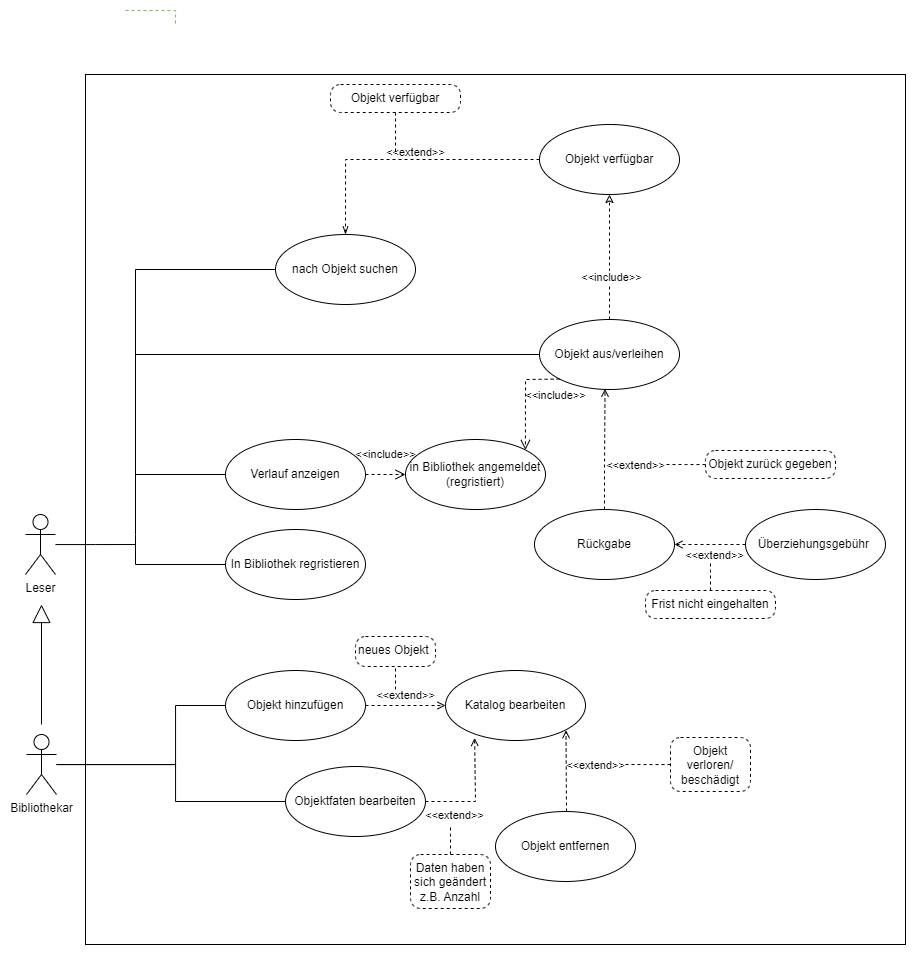
Before: use-case_library.png, a diagram exported from draw.io (sol-hatebad/buechereiverwaltung). Source tidied: cells renumbered, new cells last; positions are measured from the earlier drawing's top-left corner, leaving out a move shared by most shapes. Its diagram source:
```xml
<mxGraphModel>
  <root>
    <mxCell id="0" />
    <mxCell id="1" parent="0" />
    <mxCell id="2" style="rounded=0;whiteSpace=wrap;html=1;" parent="1" vertex="1">
      <mxGeometry x="60" y="64" width="820" height="870" as="geometry" />
    </mxCell>
    <mxCell id="3" style="edgeStyle=orthogonalEdgeStyle;jettySize=auto;html=1;endArrow=none;endFill=0;rounded=0;strokeColor=default;" parent="1" edge="1" source="4">
      <mxGeometry relative="1" as="geometry">
        <mxPoint x="110" y="534" as="targetPoint" />
      </mxGeometry>
    </mxCell>
    <mxCell id="4" value="Leser" style="shape=umlActor;verticalLabelPosition=bottom;verticalAlign=top;html=1;" parent="1" vertex="1">
      <mxGeometry y="504" width="30" height="60" as="geometry" />
    </mxCell>
    <mxCell id="5" style="edgeStyle=orthogonalEdgeStyle;rounded=0;jettySize=auto;html=1;entryX=0;entryY=0.5;entryDx=0;entryDy=0;endArrow=none;endFill=0;" parent="1" edge="1" source="7" target="38">
      <mxGeometry relative="1" as="geometry">
        <Array as="points">
          <mxPoint x="150" y="754" />
          <mxPoint x="150" y="695" />
        </Array>
      </mxGeometry>
    </mxCell>
    <mxCell id="6" style="edgeStyle=orthogonalEdgeStyle;rounded=0;jettySize=auto;html=1;entryX=0;entryY=0.5;entryDx=0;entryDy=0;endArrow=none;endFill=0;" parent="1" edge="1" source="7" target="36">
      <mxGeometry relative="1" as="geometry">
        <Array as="points">
          <mxPoint x="150" y="754" />
          <mxPoint x="150" y="791" />
        </Array>
      </mxGeometry>
    </mxCell>
    <mxCell id="7" value="Bibliothekar" style="shape=umlActor;verticalLabelPosition=bottom;verticalAlign=top;html=1;" parent="1" vertex="1">
      <mxGeometry x="1" y="724" width="30" height="60" as="geometry" />
    </mxCell>
    <mxCell id="8" value="Verlauf anzeigen" style="ellipse;whiteSpace=wrap;html=1;" parent="1" vertex="1">
      <mxGeometry x="200" y="429" width="140" height="70" as="geometry" />
    </mxCell>
    <mxCell id="9" value="In Bibliothek regristieren" style="ellipse;whiteSpace=wrap;html=1;" parent="1" vertex="1">
      <mxGeometry x="200" y="519" width="140" height="70" as="geometry" />
    </mxCell>
    <mxCell id="10" value="in Bibliothek angemeldet&lt;br&gt;(regristiert)" style="ellipse;whiteSpace=wrap;html=1;" parent="1" vertex="1">
      <mxGeometry x="380" y="429" width="140" height="70" as="geometry" />
    </mxCell>
    <mxCell id="11" value="&amp;lt;&amp;lt;include&amp;gt;&amp;gt;" style="endArrow=open;startArrow=none;endFill=0;startFill=0;endSize=8;html=1;verticalAlign=bottom;dashed=1;labelBackgroundColor=none;rounded=0;exitX=1;exitY=0.5;exitDx=0;exitDy=0;entryX=0;entryY=0.5;entryDx=0;entryDy=0;" parent="1" edge="1" source="8" target="10">
      <mxGeometry x="0.02" y="11" relative="1" as="geometry" />
    </mxCell>
    <mxCell id="12" style="edgeStyle=orthogonalEdgeStyle;rounded=0;jettySize=auto;html=1;entryX=0.5;entryY=1;entryDx=0;entryDy=0;dashed=1;endArrow=classic;endFill=0;" parent="1" edge="1" source="14" target="33">
      <mxGeometry relative="1" as="geometry" />
    </mxCell>
    <mxCell id="13" value="&amp;lt;&amp;lt;include&amp;gt;&amp;gt;" style="edgeLabel;html=1;align=center;verticalAlign=middle;" parent="12" vertex="1">
      <mxGeometry x="-0.33" y="-1" relative="1" as="geometry" />
    </mxCell>
    <mxCell id="14" value="Objekt&amp;nbsp;aus/verleihen" style="ellipse;whiteSpace=wrap;html=1;" parent="1" vertex="1">
      <mxGeometry x="514" y="309" width="140" height="70" as="geometry" />
    </mxCell>
    <mxCell id="15" value="Rückgabe" style="ellipse;whiteSpace=wrap;html=1;" parent="1" vertex="1">
      <mxGeometry x="509" y="499" width="140" height="70" as="geometry" />
    </mxCell>
    <mxCell id="16" value="&amp;lt;&amp;lt;extend&amp;gt;&amp;gt;" style="endArrow=open;html=1;rounded=0;align=center;verticalAlign=bottom;dashed=1;endFill=0;labelBackgroundColor=none;exitX=0.5;exitY=0;exitDx=0;exitDy=0;edgeStyle=orthogonalEdgeStyle;entryX=0.468;entryY=0.99;entryDx=0;entryDy=0;entryPerimeter=0;" parent="1" edge="1" source="15" target="14">
      <mxGeometry x="-0.42" y="-31" relative="1" as="geometry">
        <Array as="points">
          <mxPoint x="579" y="458" />
          <mxPoint x="579" y="458" />
        </Array>
      </mxGeometry>
    </mxCell>
    <mxCell id="17" style="html=1;align=center;verticalAlign=top;labelBackgroundColor=none;" parent="16" vertex="1">
      <mxGeometry relative="1" as="geometry" />
    </mxCell>
    <mxCell id="18" value="Überziehungsgebühr&amp;nbsp;" style="ellipse;whiteSpace=wrap;html=1;" parent="1" vertex="1">
      <mxGeometry x="720" y="499" width="140" height="70" as="geometry" />
    </mxCell>
    <mxCell id="19" value="&amp;lt;&amp;lt;extend&amp;gt;&amp;gt;" style="endArrow=open;html=1;rounded=0;align=center;verticalAlign=bottom;dashed=1;endFill=0;labelBackgroundColor=none;entryX=1;entryY=0.5;entryDx=0;entryDy=0;exitX=0;exitY=0.5;exitDx=0;exitDy=0;" parent="1" edge="1" source="18" target="15">
      <mxGeometry x="-0.15" y="20" relative="1" as="geometry" />
    </mxCell>
    <mxCell id="20" style="html=1;align=center;verticalAlign=top;labelBackgroundColor=none;" parent="19" vertex="1">
      <mxGeometry relative="1" as="geometry" />
    </mxCell>
    <mxCell id="21" style="edgeStyle=orthogonalEdgeStyle;rounded=0;jettySize=auto;html=1;endArrow=none;endFill=0;dashed=1;" parent="1" edge="1" source="22">
      <mxGeometry relative="1" as="geometry">
        <mxPoint x="640" y="454" as="targetPoint" />
      </mxGeometry>
    </mxCell>
    <mxCell id="22" value="Objekt&amp;nbsp;zurück gegeben" style="html=1;align=center;verticalAlign=top;rounded=1;absoluteArcSize=1;arcSize=20;dashed=1;whiteSpace=wrap;" parent="1" vertex="1">
      <mxGeometry x="680" y="440" width="130" height="28" as="geometry" />
    </mxCell>
    <mxCell id="23" style="edgeStyle=orthogonalEdgeStyle;rounded=0;jettySize=auto;html=1;endArrow=none;endFill=0;dashed=1;" parent="1" edge="1" source="24">
      <mxGeometry relative="1" as="geometry">
        <mxPoint x="685" y="550" as="targetPoint" />
      </mxGeometry>
    </mxCell>
    <mxCell id="24" value="Frist nicht eingehalten" style="html=1;align=center;verticalAlign=top;rounded=1;absoluteArcSize=1;arcSize=20;dashed=1;whiteSpace=wrap;" parent="1" vertex="1">
      <mxGeometry x="620" y="580" width="130" height="28" as="geometry" />
    </mxCell>
    <mxCell id="25" value="&amp;lt;&amp;lt;include&amp;gt;&amp;gt;" style="endArrow=open;startArrow=none;endFill=0;startFill=0;endSize=8;html=1;verticalAlign=bottom;dashed=1;labelBackgroundColor=none;rounded=0;exitX=0;exitY=1;exitDx=0;exitDy=0;entryX=1;entryY=0;entryDx=0;entryDy=0;" parent="1" edge="1" source="14" target="10">
      <mxGeometry x="-0.91" y="25" relative="1" as="geometry">
        <Array as="points">
          <mxPoint x="500" y="369" />
        </Array>
      </mxGeometry>
    </mxCell>
    <mxCell id="26" style="endArrow=none;html=1;entryX=0;entryY=0.5;entryDx=0;entryDy=0;rounded=0;strokeColor=default;" parent="1" edge="1" target="8">
      <mxGeometry relative="1" as="geometry">
        <mxPoint x="110" y="524" as="sourcePoint" />
        <Array as="points">
          <mxPoint x="110" y="464" />
        </Array>
      </mxGeometry>
    </mxCell>
    <mxCell id="27" style="endArrow=none;html=1;entryX=0;entryY=0.5;entryDx=0;entryDy=0;rounded=0;strokeColor=default;" parent="1" edge="1" target="9">
      <mxGeometry relative="1" as="geometry">
        <mxPoint x="110" y="524" as="sourcePoint" />
        <Array as="points">
          <mxPoint x="110" y="554" />
        </Array>
      </mxGeometry>
    </mxCell>
    <mxCell id="28" style="endArrow=none;html=1;entryX=0;entryY=0.5;entryDx=0;entryDy=0;rounded=0;strokeColor=default;" parent="1" edge="1" target="14">
      <mxGeometry relative="1" as="geometry">
        <mxPoint x="110" y="344" as="sourcePoint" />
        <Array as="points">
          <mxPoint x="110" y="464" />
          <mxPoint x="110" y="344" />
        </Array>
      </mxGeometry>
    </mxCell>
    <mxCell id="29" value="nach Objekt suchen" style="ellipse;whiteSpace=wrap;html=1;" parent="1" vertex="1">
      <mxGeometry x="250" y="224" width="140" height="70" as="geometry" />
    </mxCell>
    <mxCell id="30" style="endArrow=none;html=1;entryX=0;entryY=0.5;entryDx=0;entryDy=0;rounded=0;strokeColor=default;" parent="1" edge="1" target="29">
      <mxGeometry relative="1" as="geometry">
        <mxPoint x="110" y="259" as="sourcePoint" />
        <Array as="points">
          <mxPoint x="110" y="344" />
          <mxPoint x="110" y="259" />
        </Array>
      </mxGeometry>
    </mxCell>
    <mxCell id="31" style="edgeStyle=orthogonalEdgeStyle;rounded=0;jettySize=auto;html=1;entryX=0.5;entryY=0;entryDx=0;entryDy=0;dashed=1;endArrow=openThin;endFill=0;" parent="1" edge="1" source="33" target="29">
      <mxGeometry relative="1" as="geometry" />
    </mxCell>
    <mxCell id="32" value="&amp;lt;&amp;lt;extend&amp;gt;&amp;gt;" style="edgeLabel;html=1;align=center;verticalAlign=middle;" parent="31" vertex="1">
      <mxGeometry x="-0.07" y="-4" relative="1" as="geometry">
        <mxPoint x="1" y="-4" as="offset" />
      </mxGeometry>
    </mxCell>
    <mxCell id="33" value="Objekt&amp;nbsp;verfügbar" style="ellipse;whiteSpace=wrap;html=1;" parent="1" vertex="1">
      <mxGeometry x="514" y="114" width="140" height="70" as="geometry" />
    </mxCell>
    <mxCell id="34" style="edgeStyle=orthogonalEdgeStyle;rounded=0;orthogonalLoop=1;jettySize=auto;html=1;endArrow=none;endFill=0;dashed=1;fillColor=#d5e8d4;strokeColor=#82b366;" parent="1" edge="1">
      <mxGeometry relative="1" as="geometry">
        <mxPoint x="100" y="0.1" as="sourcePoint" />
        <mxPoint x="150" y="14" as="targetPoint" />
        <Array as="points">
          <mxPoint x="150" />
        </Array>
      </mxGeometry>
    </mxCell>
    <mxCell id="35" value="Katalog bearbeiten" style="ellipse;whiteSpace=wrap;html=1;" parent="1" vertex="1">
      <mxGeometry x="420" y="660" width="140" height="70" as="geometry" />
    </mxCell>
    <mxCell id="36" value="Objektfaten&amp;nbsp;bearbeiten" style="ellipse;whiteSpace=wrap;html=1;" parent="1" vertex="1">
      <mxGeometry x="260" y="756" width="140" height="70" as="geometry" />
    </mxCell>
    <mxCell id="37" value="Objekt&amp;nbsp;entfernen" style="ellipse;whiteSpace=wrap;html=1;" parent="1" vertex="1">
      <mxGeometry x="470" y="801" width="140" height="70" as="geometry" />
    </mxCell>
    <mxCell id="38" value="Objekt hinzufügen" style="ellipse;whiteSpace=wrap;html=1;" parent="1" vertex="1">
      <mxGeometry x="200" y="660" width="140" height="70" as="geometry" />
    </mxCell>
    <mxCell id="39" value="&amp;lt;&amp;lt;extend&amp;gt;&amp;gt;" style="endArrow=open;html=1;rounded=0;align=center;verticalAlign=bottom;dashed=1;endFill=0;labelBackgroundColor=none;entryX=1;entryY=1;entryDx=0;entryDy=0;exitX=0.5;exitY=0;exitDx=0;exitDy=0;" parent="1" edge="1">
      <mxGeometry x="-0.09" y="-29" relative="1" as="geometry">
        <mxPoint x="541" y="801" as="sourcePoint" />
        <mxPoint x="540.5" y="719.7" as="targetPoint" />
      </mxGeometry>
    </mxCell>
    <mxCell id="40" style="html=1;align=center;verticalAlign=top;labelBackgroundColor=none;" parent="39" vertex="1">
      <mxGeometry relative="1" as="geometry" />
    </mxCell>
    <mxCell id="41" value="&amp;lt;&amp;lt;extend&amp;gt;&amp;gt;" style="endArrow=open;html=1;rounded=0;align=center;verticalAlign=bottom;dashed=1;endFill=0;labelBackgroundColor=none;entryX=0.208;entryY=0.964;entryDx=0;entryDy=0;exitX=1;exitY=0.5;exitDx=0;exitDy=0;entryPerimeter=0;" parent="1" edge="1" source="36" target="35">
      <mxGeometry x="-0.47" y="-23" relative="1" as="geometry">
        <Array as="points">
          <mxPoint x="450" y="791" />
        </Array>
      </mxGeometry>
    </mxCell>
    <mxCell id="42" style="html=1;align=center;verticalAlign=top;labelBackgroundColor=none;" parent="41" vertex="1">
      <mxGeometry relative="1" as="geometry" />
    </mxCell>
    <mxCell id="43" value="&amp;lt;&amp;lt;extend&amp;gt;&amp;gt;" style="endArrow=open;html=1;rounded=0;align=center;verticalAlign=bottom;dashed=1;endFill=0;labelBackgroundColor=none;exitX=1;exitY=0.5;exitDx=0;exitDy=0;entryX=0;entryY=0.5;entryDx=0;entryDy=0;" parent="1" edge="1" source="38" target="35">
      <mxGeometry y="1" relative="1" as="geometry" />
    </mxCell>
    <mxCell id="44" style="html=1;align=center;verticalAlign=top;labelBackgroundColor=none;" parent="43" vertex="1">
      <mxGeometry relative="1" as="geometry" />
    </mxCell>
    <mxCell id="45" value="neues Objekt&amp;nbsp;" style="html=1;align=center;verticalAlign=top;rounded=1;absoluteArcSize=1;arcSize=20;dashed=1;whiteSpace=wrap;" parent="1" vertex="1">
      <mxGeometry x="330" y="626" width="80" height="30" as="geometry" />
    </mxCell>
    <mxCell id="46" style="endArrow=none;dashed=1;html=1;rounded=0;entryX=0.5;entryY=1;entryDx=0;entryDy=0;" parent="1" edge="1" target="45">
      <mxGeometry relative="1" as="geometry">
        <mxPoint x="370" y="679" as="sourcePoint" />
      </mxGeometry>
    </mxCell>
    <mxCell id="47" style="edgeStyle=orthogonalEdgeStyle;rounded=0;jettySize=auto;html=1;endArrow=none;endFill=0;dashed=1;" parent="1" edge="1" source="48">
      <mxGeometry relative="1" as="geometry">
        <mxPoint x="425" y="814" as="targetPoint" />
      </mxGeometry>
    </mxCell>
    <mxCell id="48" value="Daten haben sich geändert&lt;br&gt;z.B. Anzahl" style="html=1;align=center;verticalAlign=top;rounded=1;absoluteArcSize=1;arcSize=20;dashed=1;whiteSpace=wrap;" parent="1" vertex="1">
      <mxGeometry x="385" y="844" width="80" height="54" as="geometry" />
    </mxCell>
    <mxCell id="49" style="edgeStyle=orthogonalEdgeStyle;rounded=0;jettySize=auto;html=1;endArrow=none;endFill=0;dashed=1;" parent="1" edge="1" source="50">
      <mxGeometry relative="1" as="geometry">
        <mxPoint x="600" y="754" as="targetPoint" />
      </mxGeometry>
    </mxCell>
    <mxCell id="50" value="Objekt verloren/ beschädigt" style="html=1;align=center;verticalAlign=top;rounded=1;absoluteArcSize=1;arcSize=20;dashed=1;whiteSpace=wrap;" parent="1" vertex="1">
      <mxGeometry x="645" y="727" width="80" height="54" as="geometry" />
    </mxCell>
    <mxCell id="51" style="endArrow=block;endSize=16;endFill=0;html=1;rounded=0;" parent="1" edge="1">
      <mxGeometry relative="1" as="geometry">
        <mxPoint x="16" y="714" as="sourcePoint" />
        <mxPoint x="16" y="594" as="targetPoint" />
      </mxGeometry>
    </mxCell>
    <mxCell id="52" style="edgeStyle=orthogonalEdgeStyle;rounded=0;jettySize=auto;html=1;dashed=1;endArrow=none;endFill=0;" parent="1" edge="1" source="53">
      <mxGeometry relative="1" as="geometry">
        <mxPoint x="370" y="144" as="targetPoint" />
      </mxGeometry>
    </mxCell>
    <mxCell id="53" value="Objekt verfügbar" style="html=1;align=center;verticalAlign=top;rounded=1;absoluteArcSize=1;arcSize=20;dashed=1;whiteSpace=wrap;" parent="1" vertex="1">
      <mxGeometry x="305" y="74" width="130" height="28" as="geometry" />
    </mxCell>
  </root>
</mxGraphModel>
```
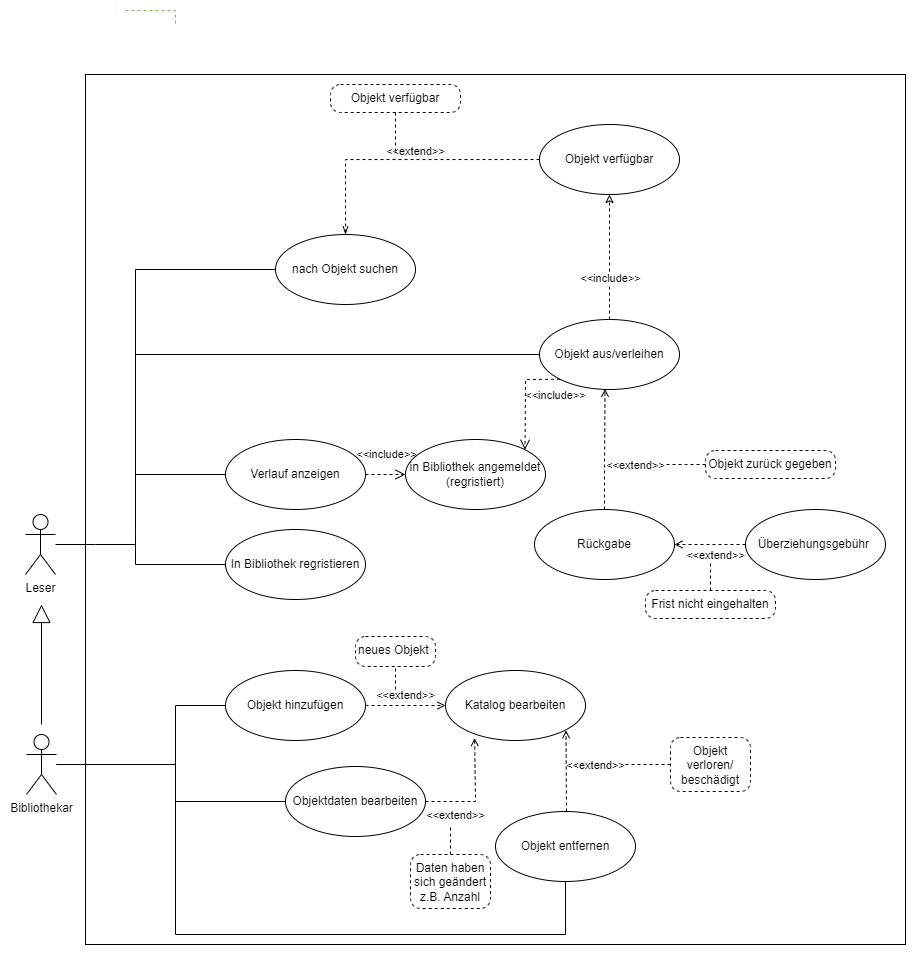
The same diagram one commit later.

Diff of the diagram source:
```diff
@@ -159,9 +159,19 @@
     <mxCell id="35" value="Katalog bearbeiten" style="ellipse;whiteSpace=wrap;html=1;" parent="1" vertex="1">
       <mxGeometry x="420" y="660" width="140" height="70" as="geometry" />
     </mxCell>
-    <mxCell id="36" value="Objektfaten&amp;nbsp;bearbeiten" style="ellipse;whiteSpace=wrap;html=1;" parent="1" vertex="1">
+    <mxCell id="36" value="Objektdaten&amp;nbsp;bearbeiten" style="ellipse;whiteSpace=wrap;html=1;" parent="1" vertex="1">
       <mxGeometry x="260" y="756" width="140" height="70" as="geometry" />
     </mxCell>
+    <mxCell id="54" style="edgeStyle=orthogonalEdgeStyle;rounded=0;jettySize=auto;html=1;endArrow=none;endFill=0;" parent="1" edge="1" source="37">
+      <mxGeometry relative="1" as="geometry">
+        <mxPoint x="60" y="754" as="targetPoint" />
+        <Array as="points">
+          <mxPoint x="540" y="924" />
+          <mxPoint x="150" y="924" />
+          <mxPoint x="150" y="754" />
+        </Array>
+      </mxGeometry>
+    </mxCell>
     <mxCell id="37" value="Objekt&amp;nbsp;entfernen" style="ellipse;whiteSpace=wrap;html=1;" parent="1" vertex="1">
       <mxGeometry x="470" y="801" width="140" height="70" as="geometry" />
     </mxCell>
```
